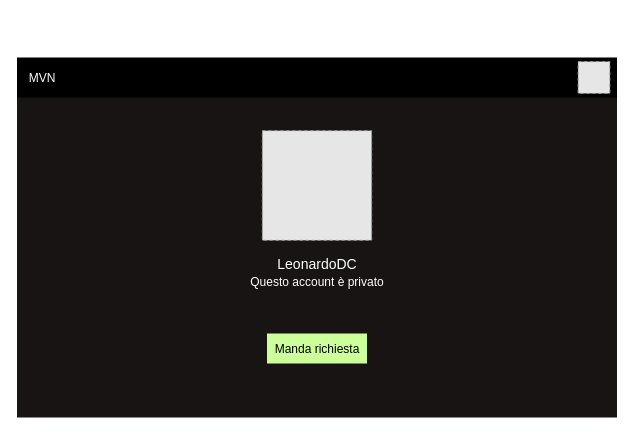
The draw.io diagram ProfiloPrivato.drawio in Organizzazione-IngSoftware/D1Mockup, before the edit. Source tidied: cells renumbered, new cells numbered last; positions are measured from the earlier drawing's top-left corner, leaving out a move shared by most shapes. Both pictures are drawn from the tidied source at 100%, with x=0, y=0 at pixel (17, 57). Pictures stored in the file or linked from it are replaced by grey dashed boxes.
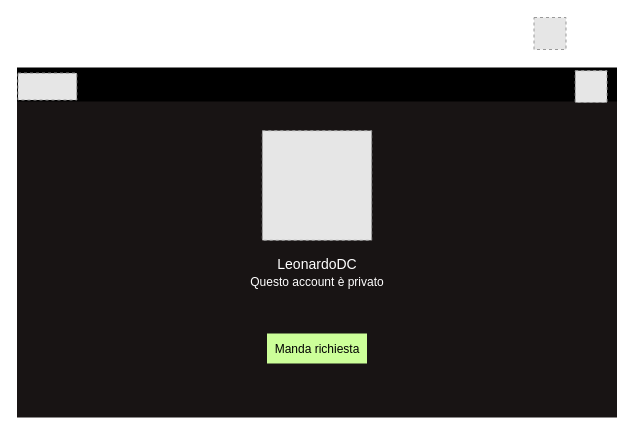
The same diagram, later.

The edit, as a diff of the source:
```diff
@@
 <mxGraphModel>
   <root>
     <mxCell id="0" />
     <mxCell id="1" parent="0" />
     <mxCell id="2" style="rounded=0;whiteSpace=wrap;html=1;fillColor=#181414;strokeColor=none;" parent="1" vertex="1">
       <mxGeometry x="-0.5" y="39" width="600" height="321" as="geometry" />
     </mxCell>
     <mxCell id="3" value="&lt;font style=&quot;font-size: 12px;&quot;&gt;Manda richiesta&lt;/font&gt;" style="rounded=0;whiteSpace=wrap;html=1;fontSize=14;fillColor=#CCFF99;strokeColor=none;" parent="1" vertex="1">
       <mxGeometry x="249.5" y="276" width="100" height="30" as="geometry" />
     </mxCell>
     <mxCell id="4" value="&lt;font color=&quot;#ffffff&quot;&gt;LeonardoDC&lt;br&gt;&lt;font style=&quot;font-size: 12px;&quot;&gt;Questo account è privato&lt;/font&gt;&lt;/font&gt;" style="text;html=1;strokeColor=none;fillColor=none;align=center;verticalAlign=middle;whiteSpace=wrap;rounded=0;fontSize=14;" parent="1" vertex="1">
       <mxGeometry x="216.5" y="200" width="166" height="30" as="geometry" />
     </mxCell>
-    <mxCell id="5" style="fillColor=#E6E6E6;strokeColor=#999999;dashed=1;verticalLabelPosition=bottom;labelBackgroundColor=default;verticalAlign=top;" parent="1" vertex="1">
-      <mxGeometry x="557.7" y="3.2" width="31.8" height="31.8" as="geometry" />
-    </mxCell>
-    <mxCell id="6" style="rounded=0;whiteSpace=wrap;html=1;fillColor=#000000;strokeColor=none;" parent="1" vertex="1">
-      <mxGeometry x="-0.5" width="600" height="40" as="geometry" />
-    </mxCell>
-    <mxCell id="7" style="fillColor=#E6E6E6;strokeColor=#999999;dashed=1;verticalLabelPosition=bottom;labelBackgroundColor=default;verticalAlign=top;" parent="1" vertex="1">
-      <mxGeometry x="560.6" y="4.1" width="31.8" height="31.8" as="geometry" />
-    </mxCell>
-    <mxCell id="8" value="MVN" style="text;html=1;strokeColor=none;fillColor=none;align=center;verticalAlign=middle;whiteSpace=wrap;rounded=0;fontColor=#FFFFFF;" parent="1" vertex="1">
-      <mxGeometry x="-0.5" y="6" width="50" height="30" as="geometry" />
-    </mxCell>
     <mxCell id="9" style="fillColor=#E6E6E6;strokeColor=#999999;dashed=1;verticalLabelPosition=bottom;labelBackgroundColor=default;verticalAlign=top;" parent="1" vertex="1">
       <mxGeometry x="244.8" y="73.2" width="109.4" height="109.6" as="geometry" />
     </mxCell>
+    <mxCell id="10" style="rounded=0;whiteSpace=wrap;html=1;fillColor=#000000;strokeColor=none;" parent="1" vertex="1">
+      <mxGeometry x="-0.5" y="10" width="600" height="34" as="geometry" />
+    </mxCell>
+    <mxCell id="11" style="fillColor=#E6E6E6;strokeColor=#999999;dashed=1;verticalLabelPosition=bottom;labelBackgroundColor=default;verticalAlign=top;" parent="1" vertex="1">
+      <mxGeometry x="557.7" y="13.2" width="31.8" height="31.8" as="geometry" />
+    </mxCell>
+    <mxCell id="12" style="fillColor=#E6E6E6;strokeColor=#999999;dashed=1;verticalLabelPosition=bottom;labelBackgroundColor=default;verticalAlign=top;" parent="1" vertex="1">
+      <mxGeometry x="516.5" y="-40" width="32" height="32" as="geometry" />
+    </mxCell>
+    <mxCell id="13" style="fillColor=#E6E6E6;strokeColor=#999999;dashed=1;verticalLabelPosition=bottom;labelBackgroundColor=default;verticalAlign=top;" parent="1" vertex="1">
+      <mxGeometry x="0.5" y="15.6" width="58.8" height="26.9" as="geometry" />
+    </mxCell>
   </root>
 </mxGraphModel>
```
